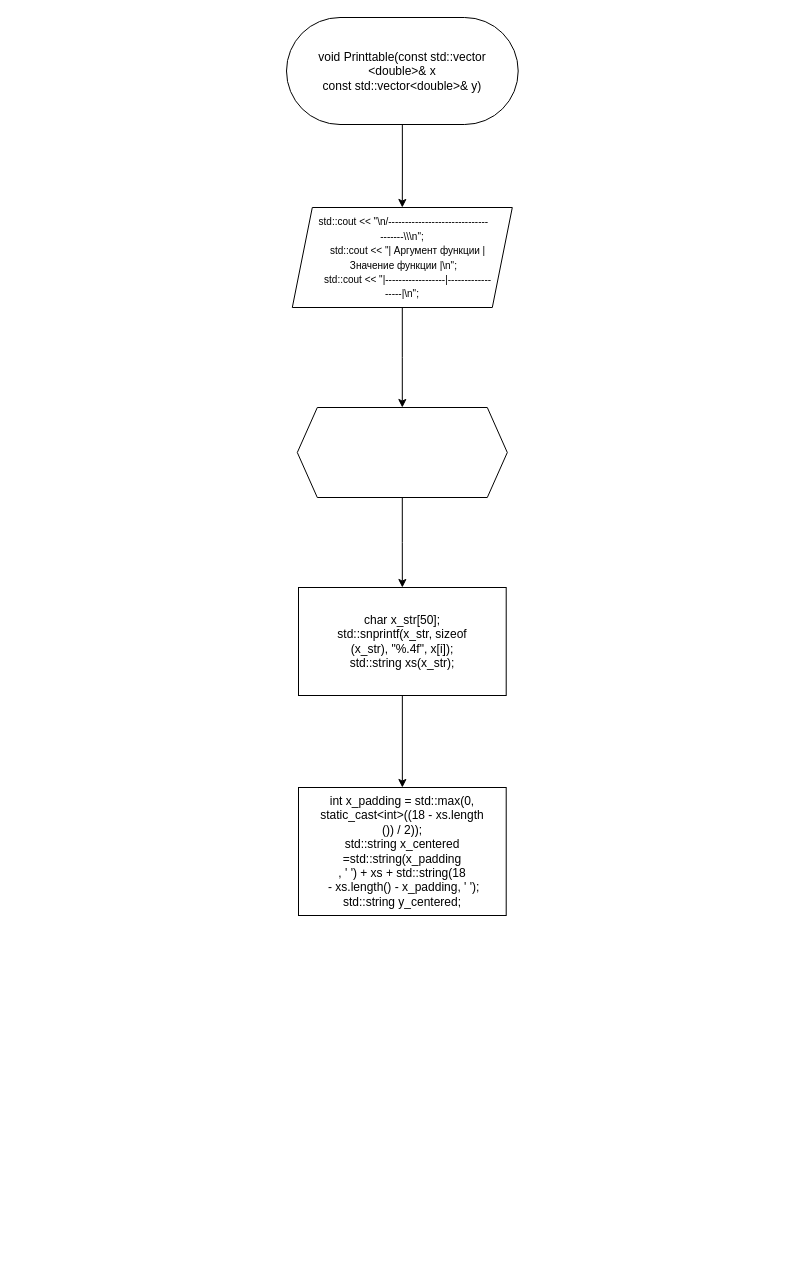
The draw.io diagram Printtable.drawio in kravecila28-ops/Block-diagram_templates, before the edit. Source tidied: cells renumbered, new cells numbered last; positions are measured from the earlier drawing's top-left corner, leaving out a move shared by most shapes. Both pictures are drawn from the tidied source at 100%, with x=0, y=0 at pixel (286, 17).
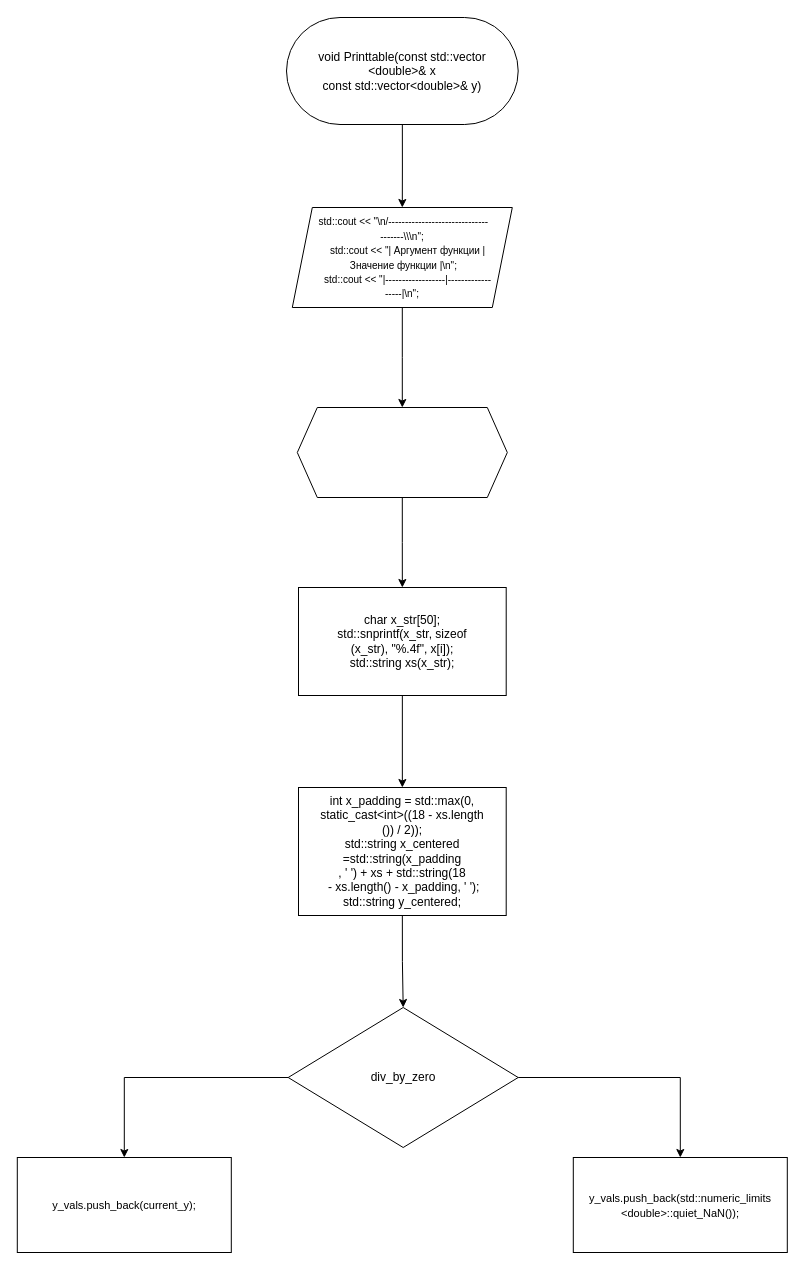
The same page after the edit.

The edit, as a diff of the source:
```diff
@@
 <mxGraphModel>
   <root>
     <mxCell id="0" />
     <mxCell id="1" parent="0" />
     <mxCell id="2" style="edgeStyle=orthogonalEdgeStyle;rounded=0;jettySize=auto;html=1;exitX=0.5;exitY=1;exitDx=0;exitDy=0;entryX=0.5;entryY=0;entryDx=0;entryDy=0;" parent="1" edge="1" source="3" target="5">
       <mxGeometry relative="1" as="geometry" />
     </mxCell>
     <mxCell id="3" value="void Printtable(const std::vector&lt;div&gt;&amp;lt;double&amp;gt;&amp;amp; x&lt;/div&gt;&lt;div&gt;const std::vector&amp;lt;double&amp;gt;&amp;amp; y)&lt;/div&gt;" style="rounded=1;whiteSpace=wrap;html=1;arcSize=50;labelBackgroundColor=none;" parent="1" vertex="1">
       <mxGeometry width="231.7" height="107" as="geometry" />
     </mxCell>
     <mxCell id="4" style="edgeStyle=orthogonalEdgeStyle;rounded=0;jettySize=auto;html=1;exitX=0.5;exitY=1;exitDx=0;exitDy=0;entryX=0.5;entryY=0;entryDx=0;entryDy=0;" parent="1" edge="1" source="5" target="7">
       <mxGeometry relative="1" as="geometry" />
     </mxCell>
     <mxCell id="5" value="&lt;div&gt;&lt;font style=&quot;font-size: 10px;&quot;&gt;&amp;nbsp;std::cout &amp;lt;&amp;lt; &quot;\n/------------------------------&lt;/font&gt;&lt;/div&gt;&lt;div&gt;&lt;font style=&quot;font-size: 10px;&quot;&gt;-------\\\n&quot;;&lt;/font&gt;&lt;/div&gt;&lt;div&gt;&lt;font style=&quot;font-size: 10px;&quot;&gt;&amp;nbsp; &amp;nbsp; std::cout &amp;lt;&amp;lt; &quot;| Аргумент функции |&lt;/font&gt;&lt;/div&gt;&lt;div&gt;&lt;font style=&quot;font-size: 10px;&quot;&gt;&amp;nbsp;Значение функции |\n&quot;;&lt;/font&gt;&lt;/div&gt;&lt;div&gt;&lt;font style=&quot;font-size: 10px;&quot;&gt;&amp;nbsp; &amp;nbsp; std::cout &amp;lt;&amp;lt; &quot;|------------------|-------------&lt;/font&gt;&lt;/div&gt;&lt;div&gt;&lt;font style=&quot;font-size: 10px;&quot;&gt;-----|\n&quot;;&lt;/font&gt;&lt;/div&gt;" style="shape=parallelogram;perimeter=parallelogramPerimeter;whiteSpace=wrap;html=1;fixedSize=1;" parent="1" vertex="1">
       <mxGeometry x="5.8" y="190" width="220" height="100" as="geometry" />
     </mxCell>
     <mxCell id="6" style="edgeStyle=orthogonalEdgeStyle;rounded=0;jettySize=auto;html=1;exitX=0.5;exitY=1;exitDx=0;exitDy=0;entryX=0.5;entryY=0;entryDx=0;entryDy=0;" parent="1" edge="1" source="7" target="9">
       <mxGeometry relative="1" as="geometry" />
     </mxCell>
     <mxCell id="7" value="&lt;div style=&quot;text-align: start;&quot;&gt;&lt;span style=&quot;background-color: transparent; font-variant-ligatures: none; white-space-collapse: preserve;&quot;&gt;&lt;font face=&quot;Google Sans Flex, Google Sans, system-ui, sans-serif&quot; style=&quot;font-size: 14px;&quot;&gt;for (size_t i = 0; i &amp;lt; x.size(); ++i)&lt;/font&gt;&lt;/span&gt;&lt;/div&gt;" style="shape=hexagon;perimeter=hexagonPerimeter2;whiteSpace=wrap;html=1;fixedSize=1;fontColor=light-dark(#FFFFFF,#FFFFFF);" parent="1" vertex="1">
       <mxGeometry x="10.8" y="390" width="210" height="90" as="geometry" />
     </mxCell>
     <mxCell id="8" style="edgeStyle=orthogonalEdgeStyle;rounded=0;jettySize=auto;html=1;exitX=0.5;exitY=1;exitDx=0;exitDy=0;entryX=0.5;entryY=0;entryDx=0;entryDy=0;" parent="1" edge="1" source="9" target="10">
       <mxGeometry relative="1" as="geometry" />
     </mxCell>
     <mxCell id="9" value="&lt;div&gt;char x_str[50];&lt;/div&gt;&lt;div&gt;std::snprintf(x_str, sizeof&lt;/div&gt;&lt;div&gt;(x_str), &quot;%.4f&quot;, x[i]);&lt;/div&gt;&lt;div&gt;std::string xs(x_str);&lt;/div&gt;" style="rounded=0;whiteSpace=wrap;html=1;" parent="1" vertex="1">
       <mxGeometry x="12" y="570" width="207.7" height="108" as="geometry" />
     </mxCell>
+    <mxCell id="11" style="edgeStyle=orthogonalEdgeStyle;rounded=0;jettySize=auto;html=1;exitX=0.5;exitY=1;exitDx=0;exitDy=0;entryX=0.5;entryY=0;entryDx=0;entryDy=0;" parent="1" edge="1" source="10" target="14">
+      <mxGeometry relative="1" as="geometry" />
+    </mxCell>
     <mxCell id="10" value="&lt;div&gt;&lt;br&gt;&lt;/div&gt;&lt;div&gt;int x_padding = std::max(0, static_cast&amp;lt;int&amp;gt;((18 - xs.length&lt;/div&gt;&lt;div&gt;()) / 2));&lt;/div&gt;&lt;div&gt;std::string x_centered =std::string(x_padding&lt;/div&gt;&lt;div&gt;, ' ') + xs + std::string(18&lt;/div&gt;&lt;div&gt;&amp;nbsp;- xs.length() - x_padding, ' ');&lt;/div&gt;&lt;div&gt;&lt;div&gt;std::string y_centered;&lt;/div&gt;&lt;/div&gt;&lt;div&gt;&lt;br&gt;&lt;/div&gt;" style="rounded=0;whiteSpace=wrap;html=1;" parent="1" vertex="1">
       <mxGeometry x="12" y="770" width="207.7" height="128" as="geometry" />
     </mxCell>
+    <mxCell id="12" style="edgeStyle=orthogonalEdgeStyle;rounded=0;jettySize=auto;html=1;exitX=1;exitY=0.5;exitDx=0;exitDy=0;entryX=0.5;entryY=0;entryDx=0;entryDy=0;" parent="1" edge="1" source="14" target="15">
+      <mxGeometry relative="1" as="geometry" />
+    </mxCell>
+    <mxCell id="13" style="edgeStyle=orthogonalEdgeStyle;rounded=0;jettySize=auto;html=1;exitX=0;exitY=0.5;exitDx=0;exitDy=0;entryX=0.5;entryY=0;entryDx=0;entryDy=0;" parent="1" edge="1" source="14" target="16">
+      <mxGeometry relative="1" as="geometry" />
+    </mxCell>
+    <mxCell id="14" value="div_by_zero" style="rhombus;whiteSpace=wrap;html=1;" parent="1" vertex="1">
+      <mxGeometry x="1.7" y="990" width="230" height="140" as="geometry" />
+    </mxCell>
+    <mxCell id="15" value="&lt;font style=&quot;font-size: 11px;&quot;&gt;y_vals.push_back(std::numeric_limits&lt;/font&gt;&lt;div&gt;&lt;font style=&quot;font-size: 11px;&quot;&gt;&amp;lt;double&amp;gt;::quiet_NaN());&lt;/font&gt;&lt;/div&gt;" style="rounded=0;whiteSpace=wrap;html=1;" parent="1" vertex="1">
+      <mxGeometry x="286.8" y="1140" width="214" height="95" as="geometry" />
+    </mxCell>
+    <mxCell id="16" value="&lt;span style=&quot;font-size: 11px;&quot;&gt;y_vals.push_back(current_y);&lt;/span&gt;" style="rounded=0;whiteSpace=wrap;html=1;" parent="1" vertex="1">
+      <mxGeometry x="-269.2" y="1140" width="214" height="95" as="geometry" />
+    </mxCell>
   </root>
 </mxGraphModel>
```
